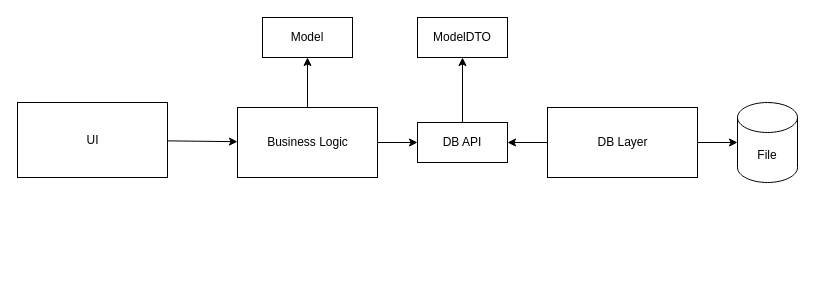
Earlier version of the draw.io diagram docs/diagrams/components.drawio (RullDeef/kanki). Source tidied: cells renumbered, new cells numbered last; positions are measured from the earlier drawing's top-left corner, leaving out a move shared by most shapes. Both pictures are drawn from the tidied source at 100%, with x=0, y=0 at pixel (17, 17).
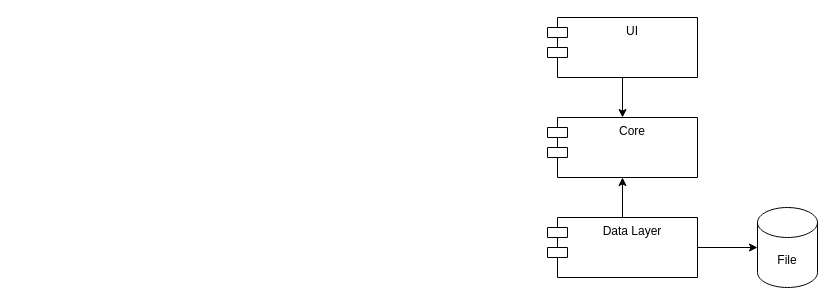
After the change.

Change to the diagram source:
```diff
@@
 <mxGraphModel>
   <root>
     <mxCell id="0" />
     <mxCell id="1" parent="0" />
-    <mxCell id="2" style="edgeStyle=none;html=1;" parent="1" edge="1" source="4" target="11">
-      <mxGeometry relative="1" as="geometry" />
-    </mxCell>
-    <mxCell id="3" style="edgeStyle=none;html=1;" parent="1" edge="1" source="4" target="14">
-      <mxGeometry relative="1" as="geometry" />
-    </mxCell>
-    <mxCell id="4" value="Business Logic" style="html=1;verticalAlign=middle;" parent="1" vertex="1">
-      <mxGeometry x="220" y="90" width="140" height="70" as="geometry" />
-    </mxCell>
-    <mxCell id="5" style="edgeStyle=none;html=1;" parent="1" edge="1" source="6" target="4">
-      <mxGeometry relative="1" as="geometry" />
-    </mxCell>
+    <mxCell id="8" style="edgeStyle=none;html=1;" parent="1" edge="1" source="18" target="10">
+      <mxGeometry relative="1" as="geometry" />
+    </mxCell>
+    <mxCell id="10" value="File" style="shape=cylinder3;whiteSpace=wrap;html=1;boundedLbl=1;backgroundOutline=1;size=15;" parent="1" vertex="1">
+      <mxGeometry x="740" y="190" width="60" height="80" as="geometry" />
+    </mxCell>
+    <mxCell id="15" value="Core" style="shape=module;align=left;spacingLeft=20;align=center;verticalAlign=top;" parent="1" vertex="1">
+      <mxGeometry x="530" y="100" width="150" height="60" as="geometry" />
+    </mxCell>
+    <mxCell id="16" style="edgeStyle=none;html=1;" parent="1" edge="1" source="6" target="15">
+      <mxGeometry relative="1" as="geometry" />
+    </mxCell>
-    <mxCell id="6" value="UI" style="html=1;" parent="1" vertex="1">
-      <mxGeometry y="85" width="150" height="75" as="geometry" />
+    <mxCell id="6" value="UI" style="shape=module;align=left;spacingLeft=20;align=center;verticalAlign=top;" parent="1" vertex="1">
+      <mxGeometry x="530" width="150" height="60" as="geometry" />
     </mxCell>
-    <mxCell id="7" style="edgeStyle=none;html=1;" parent="1" edge="1" source="9" target="14">
-      <mxGeometry relative="1" as="geometry" />
-    </mxCell>
-    <mxCell id="8" style="edgeStyle=none;html=1;" parent="1" edge="1" source="9" target="10">
-      <mxGeometry relative="1" as="geometry" />
-    </mxCell>
-    <mxCell id="9" value="DB Layer" style="html=1;" parent="1" vertex="1">
-      <mxGeometry x="530" y="90" width="150" height="70" as="geometry" />
-    </mxCell>
-    <mxCell id="10" value="File" style="shape=cylinder3;whiteSpace=wrap;html=1;boundedLbl=1;backgroundOutline=1;size=15;" parent="1" vertex="1">
-      <mxGeometry x="720" y="85" width="60" height="80" as="geometry" />
-    </mxCell>
-    <mxCell id="11" value="Model" style="rounded=0;whiteSpace=wrap;html=1;" parent="1" vertex="1">
-      <mxGeometry x="245" width="90" height="40" as="geometry" />
-    </mxCell>
-    <mxCell id="12" value="ModelDTO" style="rounded=0;whiteSpace=wrap;html=1;" parent="1" vertex="1">
-      <mxGeometry x="400" width="90" height="40" as="geometry" />
-    </mxCell>
-    <mxCell id="13" style="edgeStyle=none;html=1;" parent="1" edge="1" source="14" target="12">
-      <mxGeometry relative="1" as="geometry" />
-    </mxCell>
-    <mxCell id="14" value="DB API" style="rounded=0;whiteSpace=wrap;html=1;" parent="1" vertex="1">
-      <mxGeometry x="400" y="105" width="90" height="40" as="geometry" />
-    </mxCell>
+    <mxCell id="17" style="edgeStyle=none;html=1;" parent="1" edge="1" source="18" target="15">
+      <mxGeometry relative="1" as="geometry" />
+    </mxCell>
+    <mxCell id="18" value="Data Layer" style="shape=module;align=left;spacingLeft=20;align=center;verticalAlign=top;" parent="1" vertex="1">
+      <mxGeometry x="530" y="200" width="150" height="60" as="geometry" />
+    </mxCell>
   </root>
 </mxGraphModel>
```
